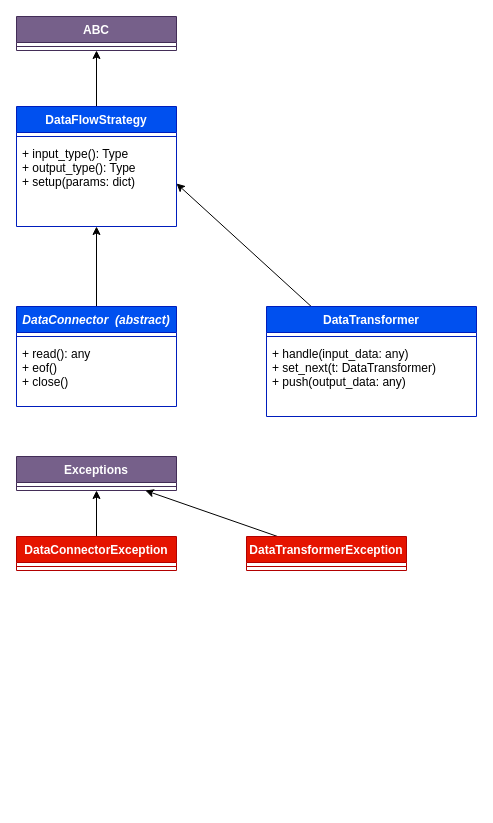
The draw.io diagram page "Core" (1 of 5) of tinydataflow.drawio in ismaelnjr/tinydataflow-project, before the edit. Source tidied: cells renumbered, new cells numbered last; positions are measured from the earlier drawing's top-left corner, leaving out a move shared by most shapes. Both pictures are drawn from the tidied source at 100%, with x=0, y=0 at pixel (16, 16).
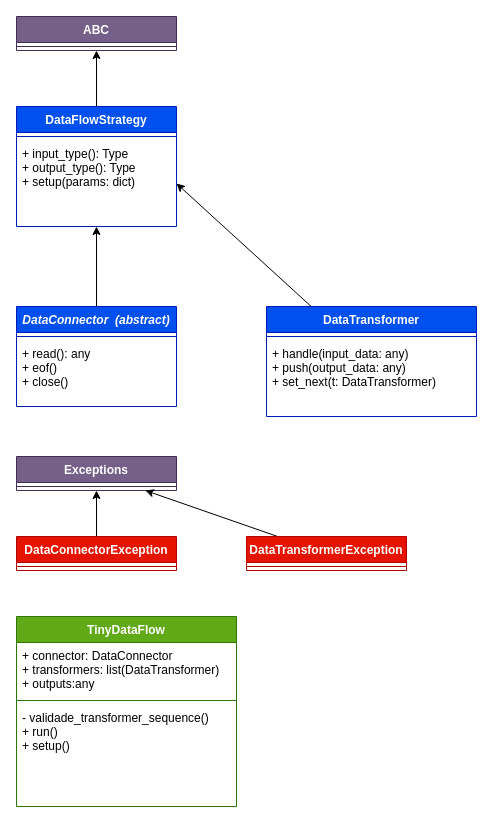
After the change.

The change refers to these unchanged cells:
```xml
<mxCell id="21" value="DataTransformer" style="swimlane;fontStyle=1;align=center;verticalAlign=top;horizontal=1;startSize=26;fillColor=#0050ef;fontColor=#ffffff;strokeColor=#001DBC;" parent="1" vertex="1">
  <mxGeometry x="250" y="290" width="210" height="110" as="geometry" />
</mxCell>
```

Diff of the diagram source:
```diff
@@
-    <mxCell id="23" value="+ handle(input_data: any)&#10;+ set_next(t: DataTransformer)&#10;+ push(output_data: any)" style="text;strokeColor=none;fillColor=none;align=left;verticalAlign=top;spacingLeft=4;spacingRight=4;overflow=hidden;" parent="21" vertex="1">
+    <mxCell id="23" value="+ handle(input_data: any)&#10;+ push(output_data: any)&#10;+ set_next(t: DataTransformer)" style="text;strokeColor=none;fillColor=none;align=left;verticalAlign=top;spacingLeft=4;spacingRight=4;overflow=hidden;" parent="21" vertex="1">
       <mxGeometry y="34" width="210" height="76" as="geometry" />
     </mxCell>
+    <mxCell id="24" value="TinyDataFlow" style="swimlane;fontStyle=1;align=center;verticalAlign=top;horizontal=1;startSize=26;fillColor=#60a917;fontColor=#ffffff;strokeColor=#2D7600;" parent="1" vertex="1">
+      <mxGeometry y="600" width="220" height="190" as="geometry" />
+    </mxCell>
+    <mxCell id="25" value="+ connector: DataConnector&#10;+ transformers: list(DataTransformer)&#10;+ outputs:any" style="text;strokeColor=none;fillColor=none;align=left;verticalAlign=top;spacingLeft=4;spacingRight=4;overflow=hidden;" parent="24" vertex="1">
+      <mxGeometry y="26" width="220" height="54" as="geometry" />
+    </mxCell>
+    <mxCell id="26" style="line;strokeWidth=1;fillColor=none;align=left;verticalAlign=middle;spacingTop=-1;spacingLeft=3;spacingRight=3;labelPosition=right;strokeColor=inherit;" parent="24" vertex="1">
+      <mxGeometry y="80" width="220" height="8" as="geometry" />
+    </mxCell>
+    <mxCell id="27" value="- validade_transformer_sequence()&#10;+ run()&#10;+ setup()" style="text;strokeColor=none;fillColor=none;align=left;verticalAlign=top;spacingLeft=4;spacingRight=4;overflow=hidden;" parent="24" vertex="1">
+      <mxGeometry y="88" width="220" height="102" as="geometry" />
+    </mxCell>
```
